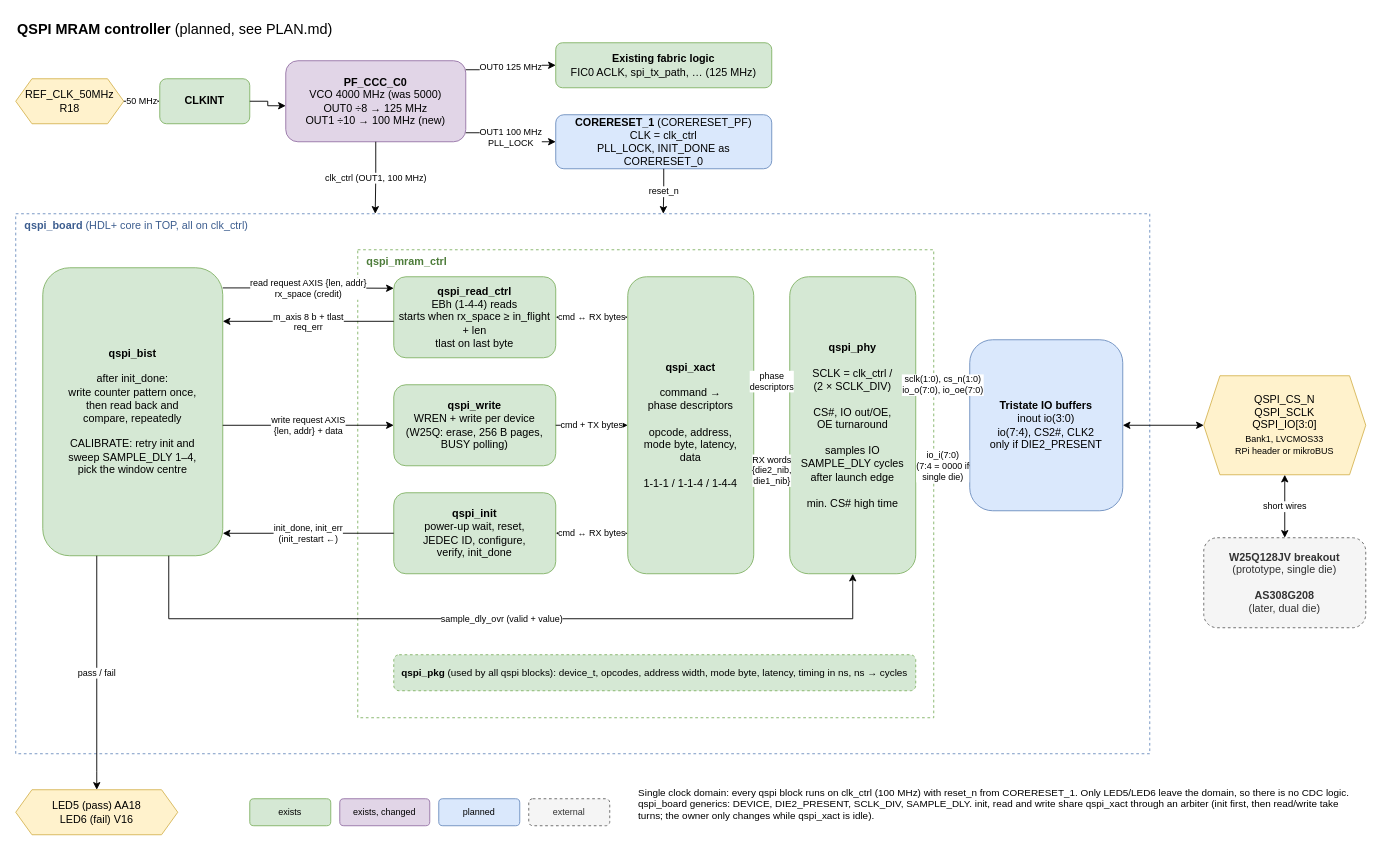
Earlier version of the draw.io diagram documentation/qspi_controller.drawio (jenswilly/polarfire_simple). Source tidied: cells renumbered, new cells numbered last; positions are measured from the earlier drawing's top-left corner, leaving out a move shared by most shapes. Both pictures are drawn from the tidied source at 90%, with x=0, y=0 at pixel (15, 15).
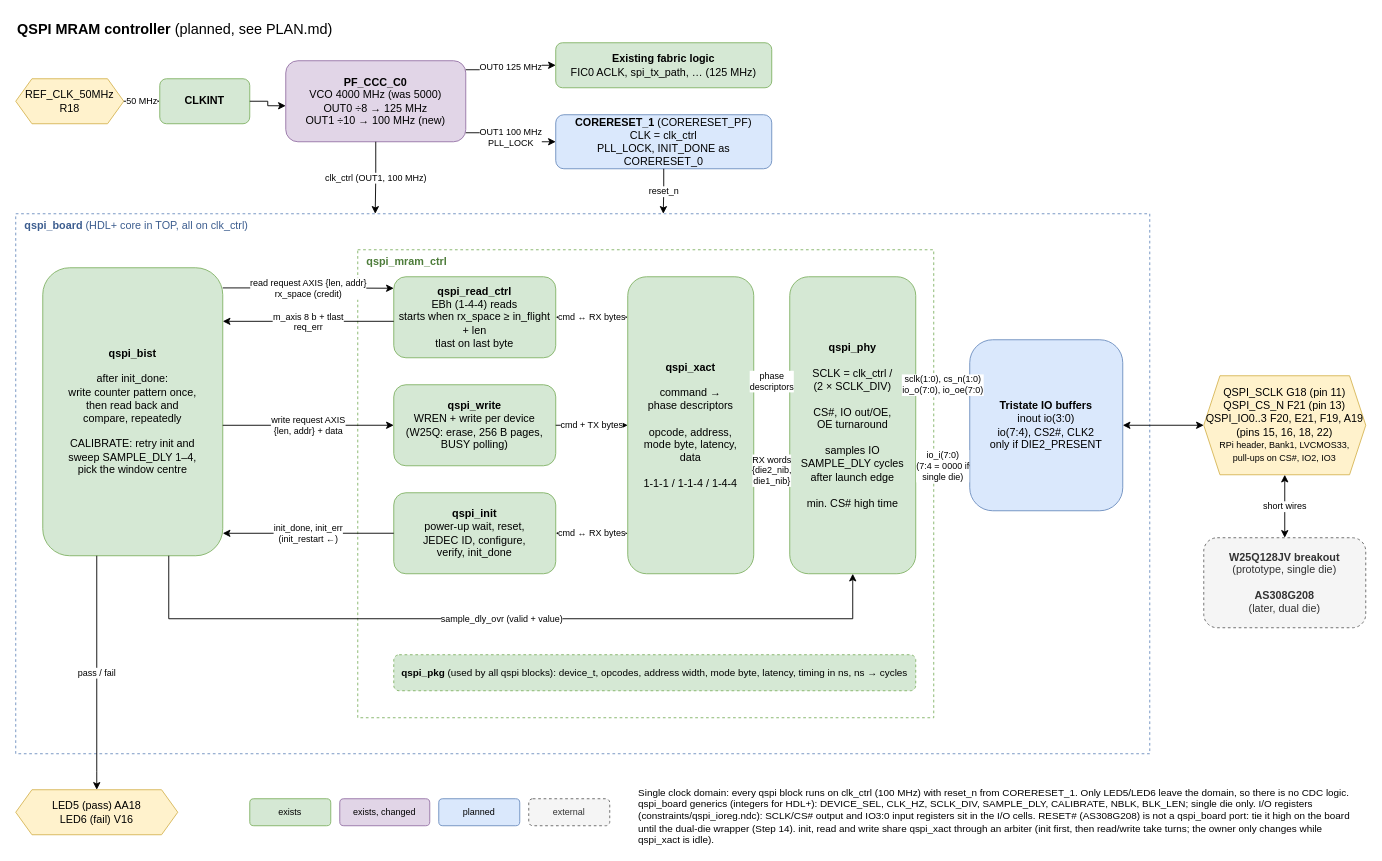
The same page after the edit.

What changed in the source:
```diff
@@
-    <mxCell id="24" value="QSPI_CS_N&lt;br&gt;QSPI_SCLK&lt;br&gt;QSPI_IO[3:0]&lt;br&gt;&lt;font style=&quot;font-size: 10px&quot;&gt;Bank1, LVCMOS33&lt;br&gt;RPi header or mikroBUS&lt;/font&gt;" style="shape=hexagon;perimeter=hexagonPerimeter2;whiteSpace=wrap;html=1;size=0.1;fillColor=#fff2cc;strokeColor=#d6b656;" parent="1" vertex="1">
+    <mxCell id="24" value="QSPI_SCLK G18 (pin 11)&lt;br&gt;QSPI_CS_N F21 (pin 13)&lt;br&gt;QSPI_IO0..3 F20, E21, F19, A19&lt;br&gt;(pins 15, 16, 18, 22)&lt;br&gt;&lt;font style=&quot;font-size: 10px&quot;&gt;RPi header, Bank1, LVCMOS33,&lt;br&gt;pull-ups on CS#, IO2, IO3&lt;/font&gt;" style="shape=hexagon;perimeter=hexagonPerimeter2;whiteSpace=wrap;html=1;size=0.1;fillColor=#fff2cc;strokeColor=#d6b656;" parent="1" vertex="1">
       <mxGeometry x="1320" y="400" width="180" height="110" as="geometry" />
     </mxCell>
@@
-    <mxCell id="46" value="Single clock domain: every qspi block runs on clk_ctrl (100 MHz) with reset_n from CORERESET_1. Only LED5/LED6 leave the domain, so there is no CDC logic. qspi_board generics: DEVICE, DIE2_PRESENT, SCLK_DIV, SAMPLE_DLY. init, read and write share qspi_xact through an arbiter (init first, then read/write take turns; the owner only changes while qspi_xact is idle)." style="text;html=1;align=left;verticalAlign=top;whiteSpace=wrap;fontSize=11;" parent="1" vertex="1">
+    <mxCell id="46" value="Single clock domain: every qspi block runs on clk_ctrl (100 MHz) with reset_n from CORERESET_1. Only LED5/LED6 leave the domain, so there is no CDC logic. qspi_board generics (integers for HDL+): DEVICE_SEL, CLK_HZ, SCLK_DIV, SAMPLE_DLY, CALIBRATE, NBLK, BLK_LEN; single die only. I/O registers (constraints/qspi_ioreg.ndc): SCLK/CS# output and IO3:0 input registers sit in the I/O cells. RESET# (AS308G208) is not a qspi_board port: tie it high on the board until the dual-die wrapper (Step 14). init, read and write share qspi_xact through an arbiter (init first, then read/write take turns; the owner only changes while qspi_xact is idle)." style="text;html=1;align=left;verticalAlign=top;whiteSpace=wrap;fontSize=11;" parent="1" vertex="1">
       <mxGeometry x="690" y="850" width="810" height="60" as="geometry" />
     </mxCell>
```
